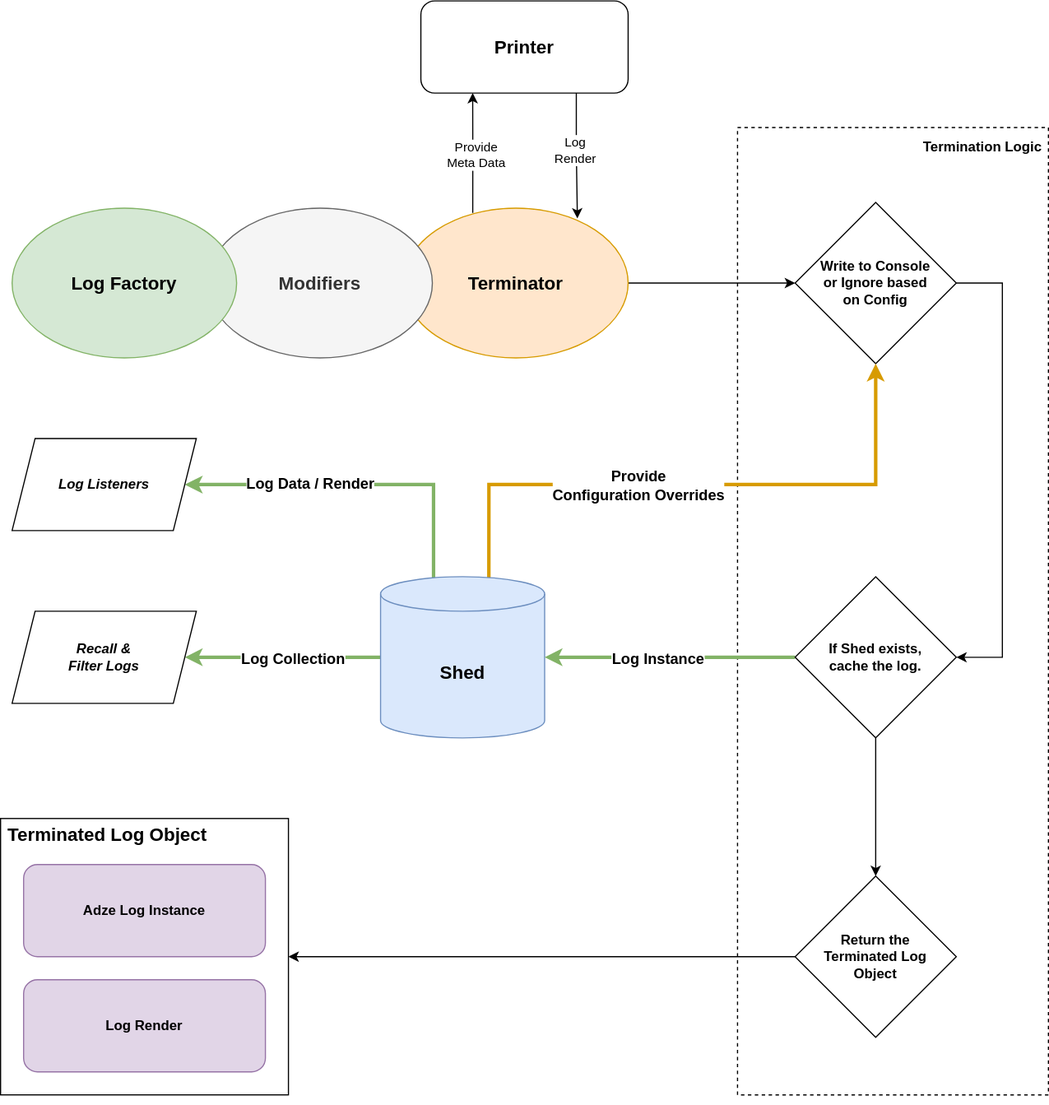
adzejs/adze keeps this draw.io diagram as docs/guide/assets/basic-architecture.svg. Above is the earlier version. Source tidied: cells renumbered, new cells last; positions are measured from the earlier drawing's top-left corner, leaving out a move shared by most shapes.
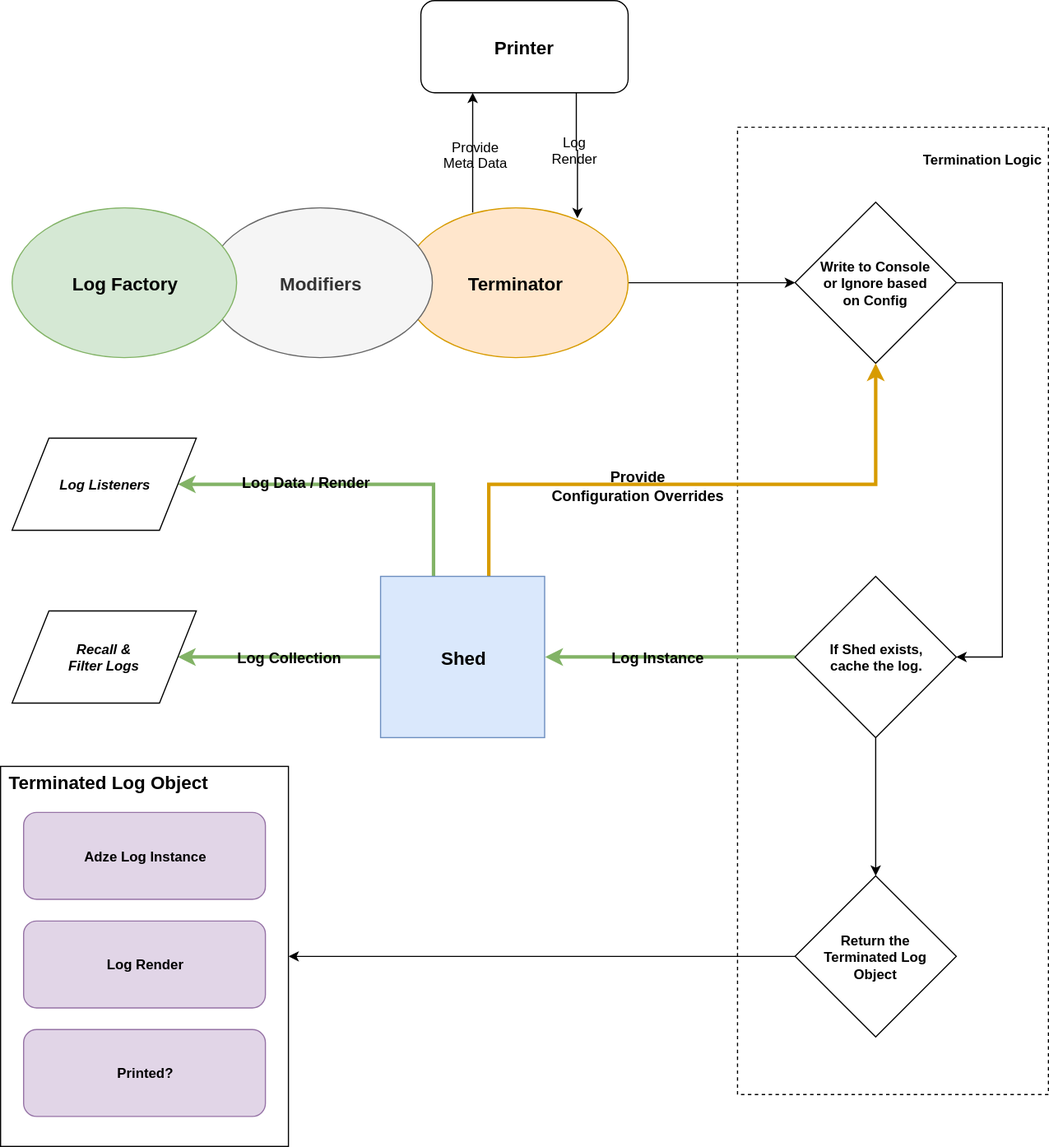
Later version of the same file.

The edit, as a diff of the source:
```diff
@@ -88,17 +88,20 @@
       <mxGeometry x="10" y="530" width="160" height="80" as="geometry" />
     </mxCell>
     <mxCell id="23" style="group;" parent="1" vertex="1">
-      <mxGeometry y="710" width="250" height="240" as="geometry" />
+      <mxGeometry y="665" width="250" height="330" as="geometry" />
     </mxCell>
-    <mxCell id="24" value="&lt;div align=&quot;left&quot;&gt;&lt;font style=&quot;font-size: 16px&quot;&gt;&lt;b&gt;&amp;nbsp;Terminated Log Object &lt;br&gt;&lt;/b&gt;&lt;/font&gt;&lt;/div&gt;&lt;div align=&quot;left&quot;&gt;&lt;font style=&quot;font-size: 16px&quot;&gt;&lt;b&gt;&lt;br&gt;&lt;/b&gt;&lt;/font&gt;&lt;/div&gt;&lt;div align=&quot;left&quot;&gt;&lt;font style=&quot;font-size: 16px&quot;&gt;&lt;b&gt;&lt;br&gt;&lt;/b&gt;&lt;/font&gt;&lt;/div&gt;&lt;div align=&quot;left&quot;&gt;&lt;font style=&quot;font-size: 16px&quot;&gt;&lt;b&gt;&lt;br&gt;&lt;/b&gt;&lt;/font&gt;&lt;/div&gt;&lt;div align=&quot;left&quot;&gt;&lt;font style=&quot;font-size: 16px&quot;&gt;&lt;b&gt;&lt;br&gt;&lt;/b&gt;&lt;/font&gt;&lt;/div&gt;&lt;div align=&quot;left&quot;&gt;&lt;font style=&quot;font-size: 16px&quot;&gt;&lt;b&gt;&lt;br&gt;&lt;/b&gt;&lt;/font&gt;&lt;/div&gt;&lt;div align=&quot;left&quot;&gt;&lt;font style=&quot;font-size: 16px&quot;&gt;&lt;b&gt;&lt;br&gt;&lt;/b&gt;&lt;/font&gt;&lt;/div&gt;&lt;div align=&quot;left&quot;&gt;&lt;font style=&quot;font-size: 16px&quot;&gt;&lt;b&gt;&lt;br&gt;&lt;/b&gt;&lt;/font&gt;&lt;/div&gt;&lt;div align=&quot;left&quot;&gt;&lt;font style=&quot;font-size: 16px&quot;&gt;&lt;b&gt;&lt;br&gt;&lt;/b&gt;&lt;/font&gt;&lt;/div&gt;&lt;div align=&quot;left&quot;&gt;&lt;font style=&quot;font-size: 16px&quot;&gt;&lt;b&gt;&lt;br&gt;&lt;/b&gt;&lt;/font&gt;&lt;/div&gt;&lt;div align=&quot;left&quot;&gt;&lt;font style=&quot;font-size: 16px&quot;&gt;&lt;b&gt;&lt;br&gt;&lt;/b&gt;&lt;/font&gt;&lt;/div&gt;&lt;div align=&quot;left&quot;&gt;&lt;font style=&quot;font-size: 16px&quot;&gt;&lt;b&gt;&lt;br&gt;&lt;/b&gt;&lt;/font&gt;&lt;/div&gt;" style="rounded=0;whiteSpace=wrap;html=1;align=left;" parent="23" vertex="1">
-      <mxGeometry width="250" height="240" as="geometry" />
+    <mxCell id="24" value="&lt;div align=&quot;left&quot;&gt;&lt;font style=&quot;font-size: 16px&quot;&gt;&lt;b&gt;&amp;nbsp;Terminated Log Object&lt;/b&gt;&lt;/font&gt;&lt;/div&gt;&lt;div align=&quot;left&quot;&gt;&lt;font style=&quot;font-size: 16px&quot;&gt;&lt;b&gt;&lt;br&gt;&lt;/b&gt;&lt;/font&gt;&lt;/div&gt;&lt;div align=&quot;left&quot;&gt;&lt;font style=&quot;font-size: 16px&quot;&gt;&lt;b&gt;&lt;br&gt;&lt;/b&gt;&lt;/font&gt;&lt;/div&gt;&lt;div align=&quot;left&quot;&gt;&lt;font style=&quot;font-size: 16px&quot;&gt;&lt;b&gt;&lt;br&gt;&lt;/b&gt;&lt;/font&gt;&lt;/div&gt;&lt;div align=&quot;left&quot;&gt;&lt;font style=&quot;font-size: 16px&quot;&gt;&lt;b&gt;&lt;br&gt;&lt;/b&gt;&lt;/font&gt;&lt;/div&gt;&lt;div align=&quot;left&quot;&gt;&lt;font style=&quot;font-size: 16px&quot;&gt;&lt;b&gt;&lt;br&gt;&lt;/b&gt;&lt;/font&gt;&lt;/div&gt;&lt;div align=&quot;left&quot;&gt;&lt;font style=&quot;font-size: 16px&quot;&gt;&lt;b&gt;&lt;br&gt;&lt;/b&gt;&lt;/font&gt;&lt;/div&gt;&lt;div align=&quot;left&quot;&gt;&lt;font style=&quot;font-size: 16px&quot;&gt;&lt;b&gt;&lt;br&gt;&lt;/b&gt;&lt;/font&gt;&lt;/div&gt;&lt;div align=&quot;left&quot;&gt;&lt;font style=&quot;font-size: 16px&quot;&gt;&lt;b&gt;&lt;br&gt;&lt;/b&gt;&lt;/font&gt;&lt;/div&gt;&lt;div align=&quot;left&quot;&gt;&lt;font style=&quot;font-size: 16px&quot;&gt;&lt;b&gt;&lt;br&gt;&lt;/b&gt;&lt;/font&gt;&lt;/div&gt;&lt;div align=&quot;left&quot;&gt;&lt;font style=&quot;font-size: 16px&quot;&gt;&lt;b&gt;&lt;br&gt;&lt;/b&gt;&lt;/font&gt;&lt;/div&gt;&lt;div align=&quot;left&quot;&gt;&lt;font style=&quot;font-size: 16px&quot;&gt;&lt;b&gt;&lt;br&gt;&lt;/b&gt;&lt;/font&gt;&lt;/div&gt;&lt;div align=&quot;left&quot;&gt;&lt;font style=&quot;font-size: 16px&quot;&gt;&lt;b&gt;&lt;br&gt;&lt;/b&gt;&lt;/font&gt;&lt;/div&gt;&lt;div align=&quot;left&quot;&gt;&lt;font style=&quot;font-size: 16px&quot;&gt;&lt;b&gt;&lt;br&gt;&lt;/b&gt;&lt;/font&gt;&lt;/div&gt;&lt;div align=&quot;left&quot;&gt;&lt;font style=&quot;font-size: 16px&quot;&gt;&lt;b&gt;&lt;br&gt;&lt;/b&gt;&lt;/font&gt;&lt;/div&gt;&lt;div align=&quot;left&quot;&gt;&lt;font style=&quot;font-size: 16px&quot;&gt;&lt;b&gt;&lt;br&gt;&lt;/b&gt;&lt;/font&gt;&lt;/div&gt;&lt;div align=&quot;left&quot;&gt;&lt;font style=&quot;font-size: 16px&quot;&gt;&lt;b&gt;&lt;br&gt;&lt;/b&gt;&lt;/font&gt;&lt;/div&gt;" style="rounded=0;whiteSpace=wrap;html=1;align=left;" parent="23" vertex="1">
+      <mxGeometry width="250" height="330" as="geometry" />
     </mxCell>
     <mxCell id="25" value="&lt;b&gt;Adze Log Instance&lt;/b&gt;" style="rounded=1;whiteSpace=wrap;html=1;fillColor=#e1d5e7;strokeColor=#9673a6;" parent="23" vertex="1">
-      <mxGeometry x="20" y="40" width="210" height="80" as="geometry" />
+      <mxGeometry x="20" y="40" width="210" height="75.4" as="geometry" />
     </mxCell>
     <mxCell id="26" value="&lt;b&gt;Log Render&lt;/b&gt;" style="rounded=1;whiteSpace=wrap;html=1;fillColor=#e1d5e7;strokeColor=#9673a6;" parent="23" vertex="1">
-      <mxGeometry x="20" y="140" width="210" height="80" as="geometry" />
+      <mxGeometry x="20" y="134.3" width="210" height="75.4" as="geometry" />
     </mxCell>
+    <mxCell id="34" value="&lt;b&gt;Printed?&lt;/b&gt;" style="rounded=1;whiteSpace=wrap;html=1;fillColor=#e1d5e7;strokeColor=#9673a6;" parent="23" vertex="1">
+      <mxGeometry x="20" y="228.6" width="210" height="75.4" as="geometry" />
+    </mxCell>
     <mxCell id="27" style="edgeStyle=orthogonalEdgeStyle;rounded=0;jettySize=auto;html=1;exitX=0.75;exitY=1;exitDx=0;exitDy=0;entryX=0.774;entryY=0.069;entryDx=0;entryDy=0;entryPerimeter=0;startArrow=none;startFill=0;" parent="1" edge="1" source="29" target="4">
       <mxGeometry relative="1" as="geometry" />
     </mxCell>
```
